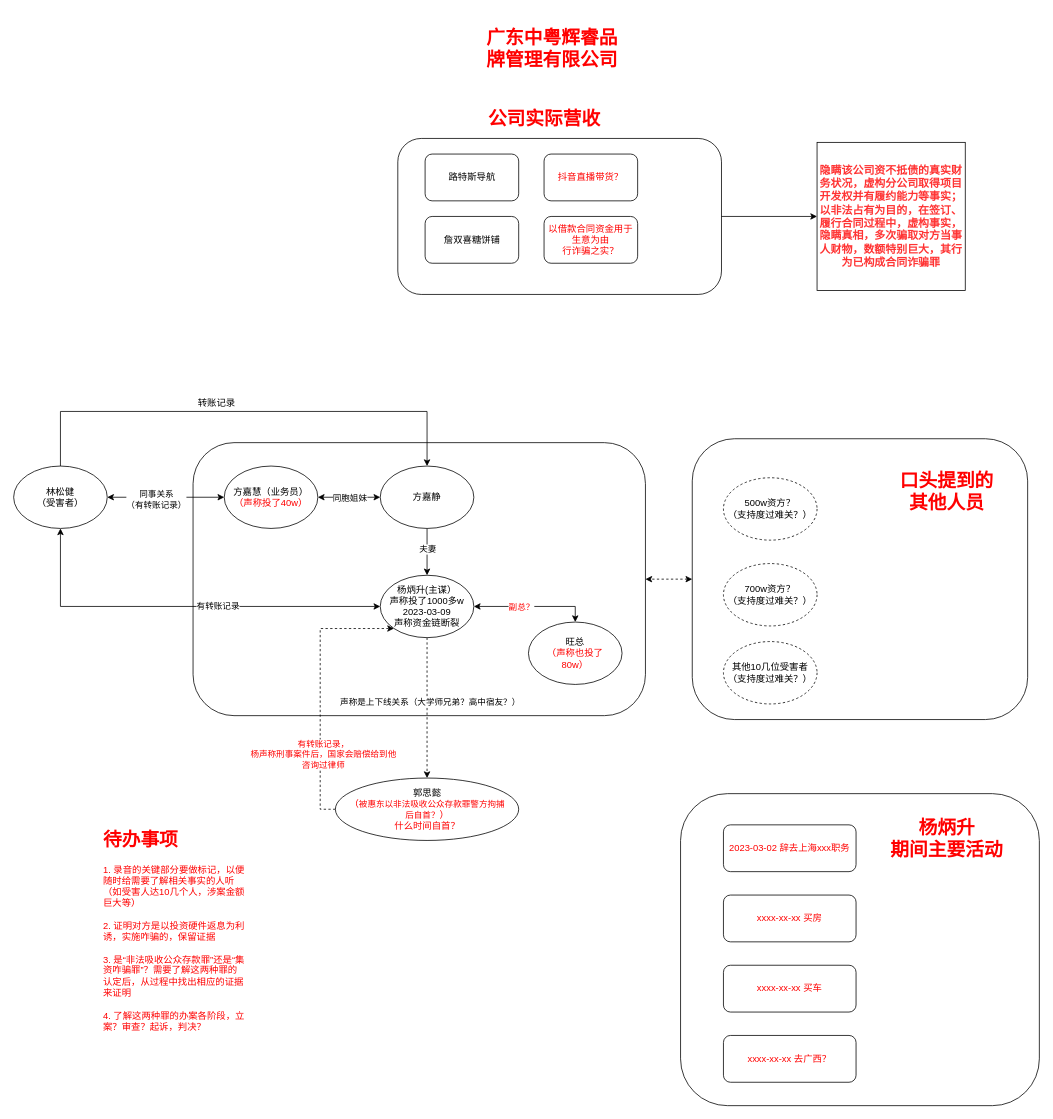
The draw.io diagram scaffolds/案件过程.drawio in Devil0/MyBlog, before the edit. Source tidied: cells renumbered, new cells numbered last; positions are measured from the earlier drawing's top-left corner, leaving out a move shared by most shapes. Both pictures are drawn from the tidied source at 78%, with x=0, y=0 at pixel (13, 13).
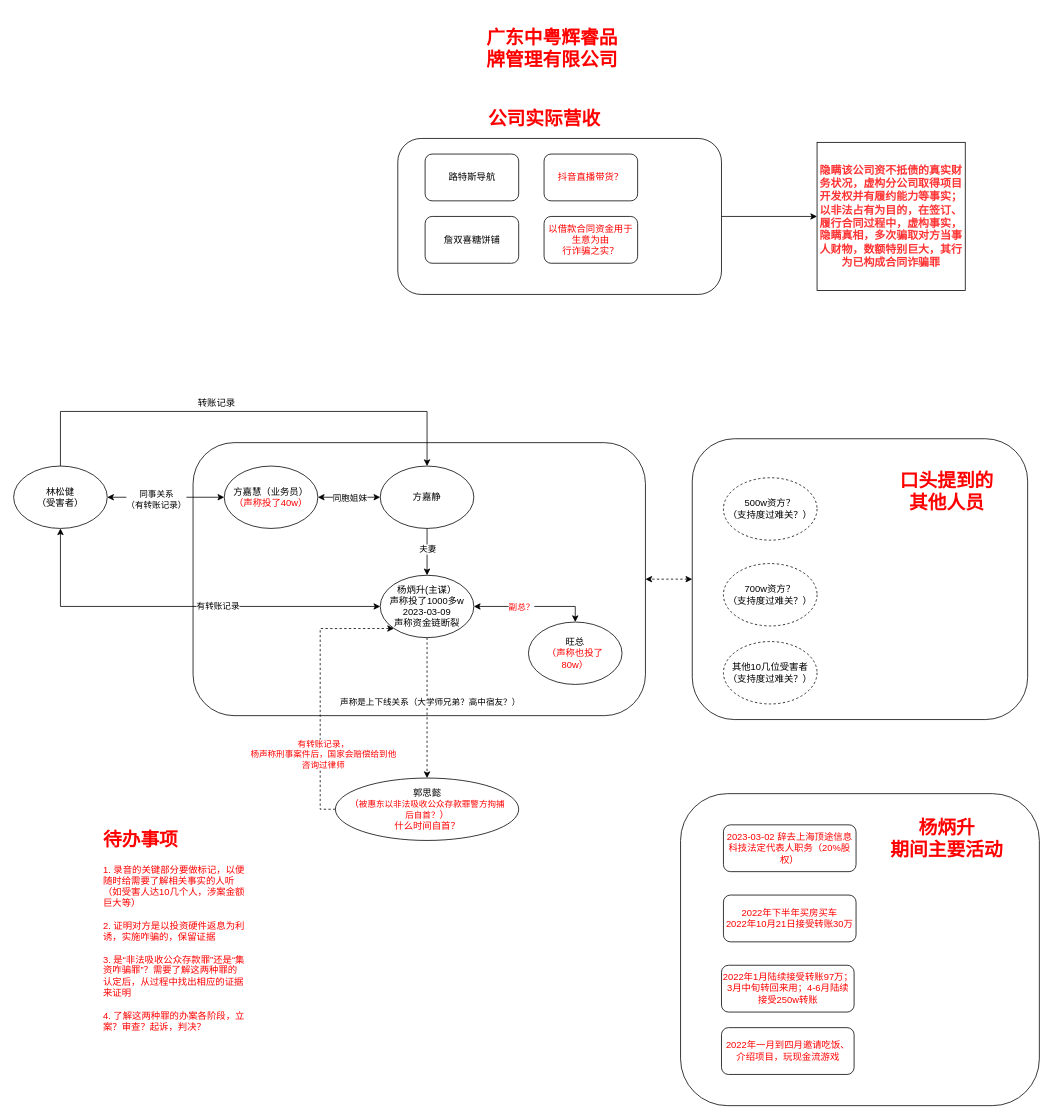
After the change.

Commit message (it also covers changes not shown here):
更新案件过程.drawio

Diff of the diagram source:
```diff
@@
-    <mxCell id="36" value="2023-03-02 辞去上海xxx职务" style="rounded=1;whiteSpace=wrap;html=1;fontColor=#FF0000;" parent="1" vertex="1">
+    <mxCell id="36" value="2023-03-02 辞去上海顶途信息科技法定代表人&lt;span style=&quot;background-color: initial;&quot;&gt;职务（20%股权）&lt;/span&gt;" style="rounded=1;whiteSpace=wrap;html=1;fontColor=#FF0000;" parent="1" vertex="1">
       <mxGeometry x="910" y="1040" width="170" height="60" as="geometry" />
     </mxCell>
-    <mxCell id="37" value="xxxx-xx-xx 买房" style="rounded=1;whiteSpace=wrap;html=1;fontColor=#FF0000;" parent="1" vertex="1">
+    <mxCell id="37" value="2022年下半年买房买车&lt;br&gt;2022年10月21日接受转账30万" style="rounded=1;whiteSpace=wrap;html=1;fontColor=#FF0000;" parent="1" vertex="1">
       <mxGeometry x="910" y="1130" width="170" height="60" as="geometry" />
     </mxCell>
-    <mxCell id="38" value="xxxx-xx-xx 买车" style="rounded=1;whiteSpace=wrap;html=1;fontColor=#FF0000;" parent="1" vertex="1">
-      <mxGeometry x="910" y="1220" width="170" height="60" as="geometry" />
-    </mxCell>
-    <mxCell id="39" value="xxxx-xx-xx 去广西？" style="rounded=1;whiteSpace=wrap;html=1;fontColor=#FF0000;" parent="1" vertex="1">
-      <mxGeometry x="910" y="1310" width="170" height="60" as="geometry" />
+    <mxCell id="39" value="2022年1月陆续接受转账97万；&lt;br&gt;3月中旬转回来用；4-6月陆续接受250w转账" style="rounded=1;whiteSpace=wrap;html=1;fontColor=#FF0000;" parent="1" vertex="1">
+      <mxGeometry x="907.5" y="1220" width="170" height="60" as="geometry" />
     </mxCell>
@@
+    <mxCell id="47" value="2022年一月到四月邀请吃饭、介绍项目，玩现金流游戏" style="rounded=1;whiteSpace=wrap;html=1;fontColor=#FF0000;" parent="1" vertex="1">
+      <mxGeometry x="907.5" y="1300" width="170" height="60" as="geometry" />
+    </mxCell>
```
